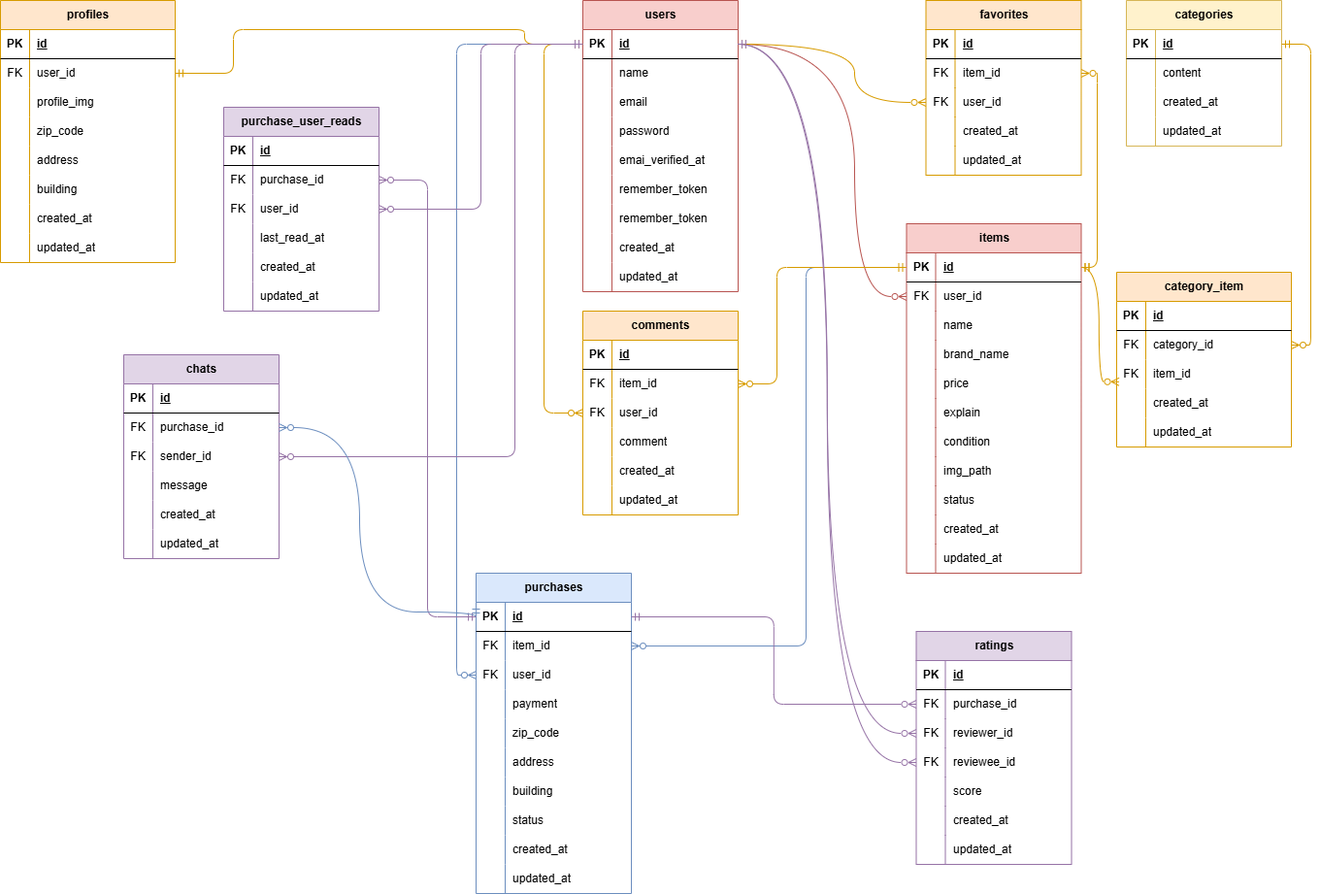
The draw.io diagram ER.drawio.png in torch29/matsumoto-mogikadai1, before a commit. Source tidied: cells renumbered, new cells last; positions are measured from the earlier drawing's top-left corner, leaving out a move shared by most shapes.
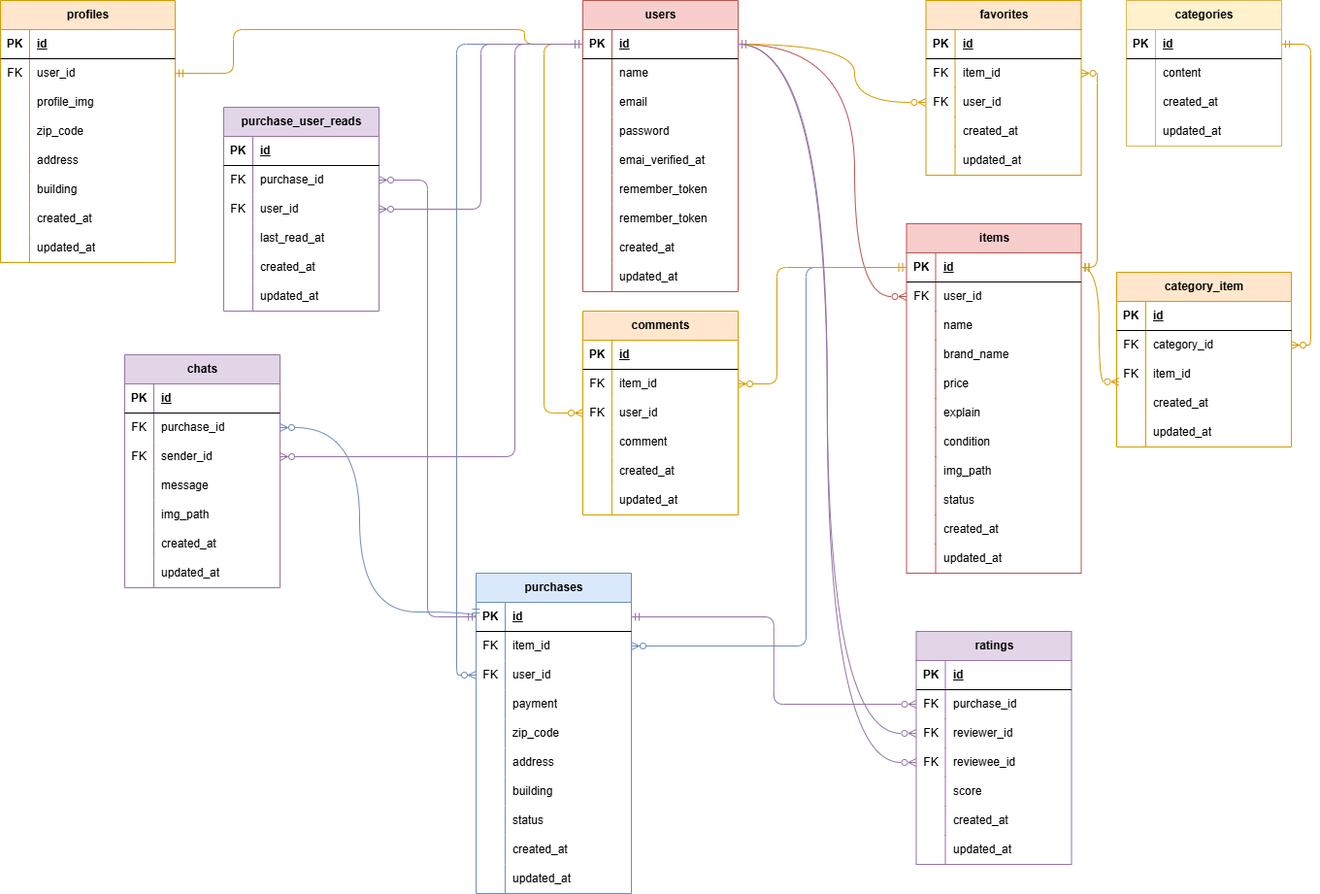
The same file after the commit.

Diff of the diagram source:
```diff
@@ -643,7 +643,7 @@
       </mxGeometry>
     </mxCell>
     <mxCell id="198" value="chats" style="shape=table;startSize=30;rowLines=0;fontStyle=1;align=center;html=1;fillColor=#e1d5e7;strokeColor=#9673a6;" parent="1" vertex="1">
-      <mxGeometry x="127" y="365" width="160" height="210" as="geometry" />
+      <mxGeometry x="128" y="365" width="160" height="240" as="geometry" />
     </mxCell>
     <mxCell id="199" style="shape=tableRow;horizontal=0;startSize=0;swimlaneHead=0;swimlaneBody=0;fillColor=none;top=0;left=0;right=0;bottom=1;" parent="198" vertex="1">
       <mxGeometry y="30" width="160" height="30" as="geometry" />
@@ -681,8 +681,17 @@
     <mxCell id="210" value="message" style="shape=partialRectangle;fillColor=none;top=0;left=0;bottom=0;right=0;align=left;spacingLeft=6;overflow=hidden;whiteSpace=wrap;html=1;" parent="208" vertex="1">
       <mxGeometry x="30" width="130" height="30" as="geometry" />
     </mxCell>
+    <mxCell id="265" style="shape=tableRow;horizontal=0;startSize=0;swimlaneHead=0;swimlaneBody=0;fillColor=none;top=0;left=0;right=0;bottom=0;" parent="198" vertex="1">
+      <mxGeometry y="150" width="160" height="30" as="geometry" />
+    </mxCell>
+    <mxCell id="266" style="shape=partialRectangle;fillColor=none;top=0;left=0;bottom=0;right=0;overflow=hidden;whiteSpace=wrap;html=1;" parent="265" vertex="1">
+      <mxGeometry width="30" height="30" as="geometry" />
+    </mxCell>
+    <mxCell id="267" value="img_path" style="shape=partialRectangle;fillColor=none;top=0;left=0;bottom=0;right=0;align=left;spacingLeft=6;overflow=hidden;whiteSpace=wrap;html=1;" parent="265" vertex="1">
+      <mxGeometry x="30" width="130" height="30" as="geometry" />
+    </mxCell>
     <mxCell id="211" style="shape=tableRow;horizontal=0;startSize=0;swimlaneHead=0;swimlaneBody=0;fillColor=none;top=0;left=0;right=0;bottom=0;" parent="198" vertex="1">
-      <mxGeometry y="150" width="160" height="30" as="geometry" />
+      <mxGeometry y="180" width="160" height="30" as="geometry" />
     </mxCell>
     <mxCell id="212" style="shape=partialRectangle;fillColor=none;top=0;left=0;bottom=0;right=0;overflow=hidden;whiteSpace=wrap;html=1;" parent="211" vertex="1">
       <mxGeometry width="30" height="30" as="geometry" />
@@ -691,7 +700,7 @@
       <mxGeometry x="30" width="130" height="30" as="geometry" />
     </mxCell>
     <mxCell id="214" style="shape=tableRow;horizontal=0;startSize=0;swimlaneHead=0;swimlaneBody=0;fillColor=none;top=0;left=0;right=0;bottom=0;" parent="198" vertex="1">
-      <mxGeometry y="180" width="160" height="30" as="geometry" />
+      <mxGeometry y="210" width="160" height="30" as="geometry" />
     </mxCell>
     <mxCell id="215" style="shape=partialRectangle;fillColor=none;top=0;left=0;bottom=0;right=0;overflow=hidden;whiteSpace=wrap;html=1;" parent="214" vertex="1">
       <mxGeometry width="30" height="30" as="geometry" />
```
